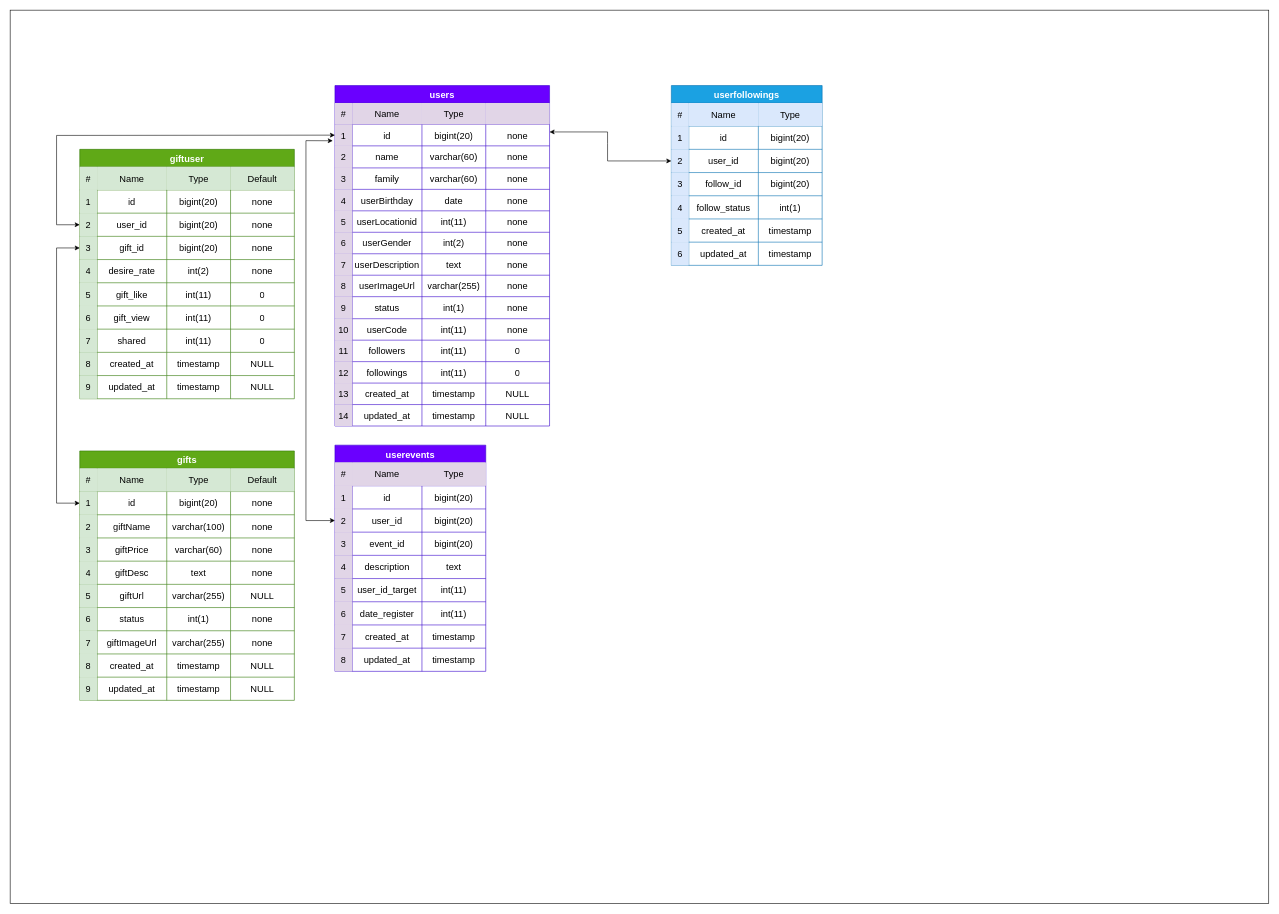
This is Untitled Diagram.drawio from Rezarezaeipour/wiishy-diagram, a draw.io file, before an edit. Source tidied: cells renumbered, new cells numbered last; positions are measured from the earlier drawing's top-left corner, leaving out a move shared by most shapes. Both pictures are drawn from the tidied source at 58%, with x=0, y=0 at pixel (10, 10).
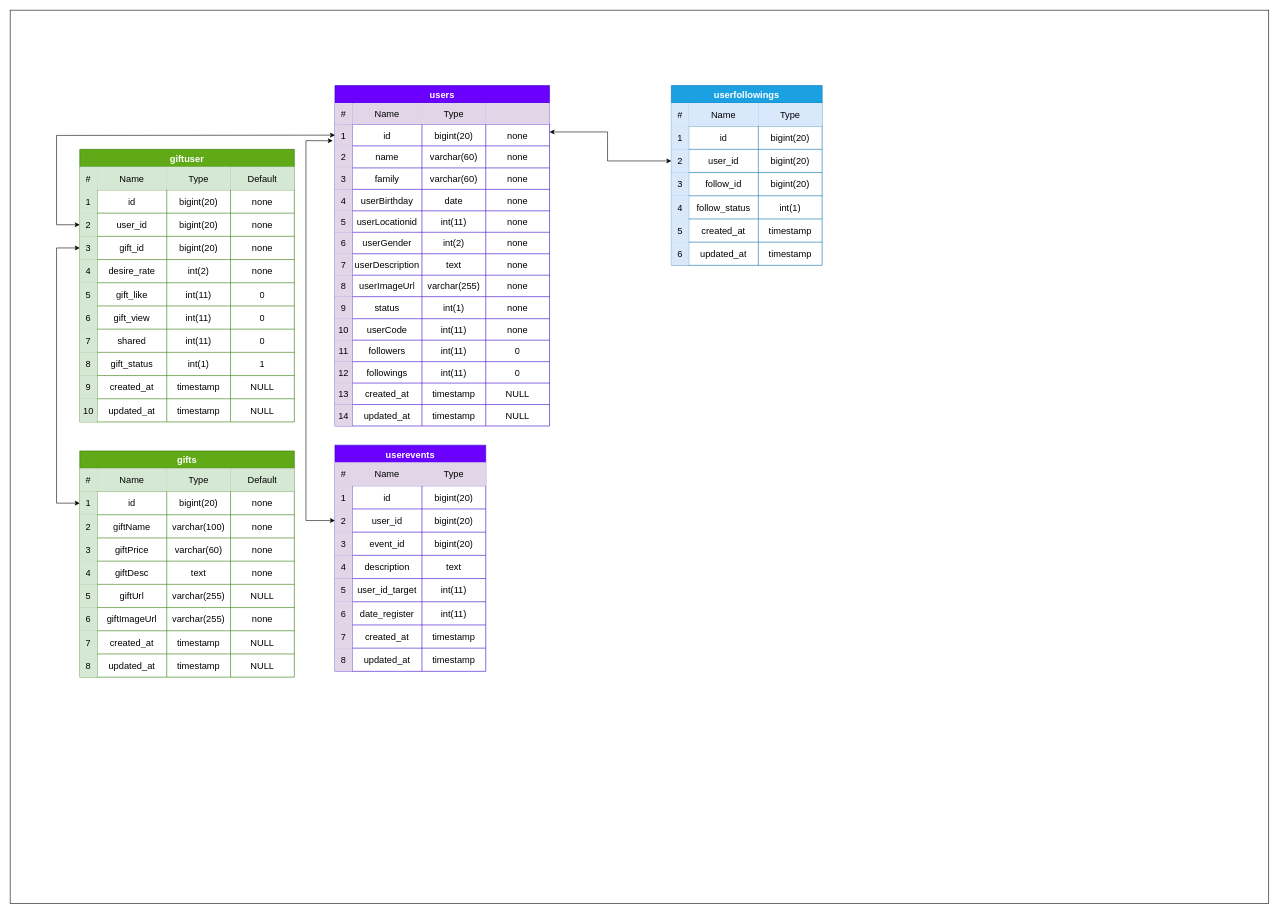
Above is the later version.

Commit message:
move status from gifts to giftuser

Diff of the diagram source:
```diff
@@
     <mxCell id="79" value="gifts" style="shape=table;startSize=30;childLayout=tableLayout;strokeColor=#2D7600;fontSize=16;fillColor=#60a917;fontColor=#ffffff;fontStyle=1;strokeWidth=1;labelBackgroundColor=none;" parent="1" vertex="1">
-      <mxGeometry x="120" y="760" width="370" height="430" as="geometry" />
+      <mxGeometry x="120" y="760" width="370" height="390" as="geometry" />
     </mxCell>
@@
-    <mxCell id="110" style="shape=tableRow;horizontal=0;startSize=0;swimlaneHead=0;swimlaneBody=0;strokeColor=inherit;top=0;left=0;bottom=0;right=0;fillColor=none;fontSize=16;fontStyle=0;fontColor=default;labelBackgroundColor=none;" parent="79" vertex="1">
-      <mxGeometry y="270" width="370" height="40" as="geometry" />
-    </mxCell>
-    <mxCell id="111" value="6" style="shape=partialRectangle;html=1;whiteSpace=wrap;strokeColor=#82b366;overflow=hidden;fillColor=#d5e8d4;top=0;left=0;bottom=0;right=0;fontSize=16;fontStyle=0;fontColor=default;labelBackgroundColor=none;" parent="110" vertex="1">
-      <mxGeometry width="30" height="40" as="geometry" />
-    </mxCell>
-    <mxCell id="112" value="status" style="shape=partialRectangle;html=1;whiteSpace=wrap;strokeColor=inherit;overflow=hidden;fillColor=none;top=0;left=0;bottom=0;right=0;fontSize=16;fontStyle=0;fontColor=default;labelBackgroundColor=none;" parent="110" vertex="1">
-      <mxGeometry x="30" width="120" height="40" as="geometry" />
-    </mxCell>
-    <mxCell id="113" value="int(1)" style="shape=partialRectangle;html=1;whiteSpace=wrap;strokeColor=inherit;overflow=hidden;fillColor=none;top=0;left=0;bottom=0;right=0;fontSize=16;fontStyle=0;fontColor=default;labelBackgroundColor=none;" parent="110" vertex="1">
-      <mxGeometry x="150" width="110" height="40" as="geometry" />
-    </mxCell>
-    <mxCell id="114" value="none" style="shape=partialRectangle;html=1;whiteSpace=wrap;strokeColor=inherit;overflow=hidden;fillColor=none;top=0;left=0;bottom=0;right=0;fontSize=16;fontStyle=0;fontColor=default;labelBackgroundColor=none;" parent="110" vertex="1">
-      <mxGeometry x="260" width="110" height="40" as="geometry" />
-    </mxCell>
     <mxCell id="115" style="shape=tableRow;horizontal=0;startSize=0;swimlaneHead=0;swimlaneBody=0;strokeColor=inherit;top=0;left=0;bottom=0;right=0;fillColor=none;fontSize=16;fontStyle=0;fontColor=default;labelBackgroundColor=none;" parent="79" vertex="1">
-      <mxGeometry y="310" width="370" height="40" as="geometry" />
+      <mxGeometry y="270" width="370" height="40" as="geometry" />
     </mxCell>
-    <mxCell id="116" value="7" style="shape=partialRectangle;html=1;whiteSpace=wrap;strokeColor=#82b366;overflow=hidden;fillColor=#d5e8d4;top=0;left=0;bottom=0;right=0;fontSize=16;fontStyle=0;fontColor=default;labelBackgroundColor=none;" parent="115" vertex="1">
+    <mxCell id="116" value="6" style="shape=partialRectangle;html=1;whiteSpace=wrap;strokeColor=#82b366;overflow=hidden;fillColor=#d5e8d4;top=0;left=0;bottom=0;right=0;fontSize=16;fontStyle=0;fontColor=default;labelBackgroundColor=none;" parent="115" vertex="1">
       <mxGeometry width="30" height="40" as="geometry" />
     </mxCell>
@@
     <mxCell id="120" style="shape=tableRow;horizontal=0;startSize=0;swimlaneHead=0;swimlaneBody=0;strokeColor=inherit;top=0;left=0;bottom=0;right=0;fillColor=none;fontSize=16;fontStyle=0;fontColor=default;labelBackgroundColor=none;" parent="79" vertex="1">
-      <mxGeometry y="350" width="370" height="40" as="geometry" />
+      <mxGeometry y="310" width="370" height="40" as="geometry" />
     </mxCell>
-    <mxCell id="121" value="8" style="shape=partialRectangle;html=1;whiteSpace=wrap;strokeColor=#82b366;overflow=hidden;fillColor=#d5e8d4;top=0;left=0;bottom=0;right=0;fontSize=16;fontStyle=0;fontColor=default;labelBackgroundColor=none;" parent="120" vertex="1">
+    <mxCell id="121" value="7" style="shape=partialRectangle;html=1;whiteSpace=wrap;strokeColor=#82b366;overflow=hidden;fillColor=#d5e8d4;top=0;left=0;bottom=0;right=0;fontSize=16;fontStyle=0;fontColor=default;labelBackgroundColor=none;" parent="120" vertex="1">
       <mxGeometry width="30" height="40" as="geometry" />
     </mxCell>
@@
     <mxCell id="125" style="shape=tableRow;horizontal=0;startSize=0;swimlaneHead=0;swimlaneBody=0;strokeColor=inherit;top=0;left=0;bottom=0;right=0;fillColor=none;fontSize=16;fontStyle=0;fontColor=default;labelBackgroundColor=none;" parent="79" vertex="1">
-      <mxGeometry y="390" width="370" height="40" as="geometry" />
+      <mxGeometry y="350" width="370" height="40" as="geometry" />
     </mxCell>
-    <mxCell id="126" value="9" style="shape=partialRectangle;html=1;whiteSpace=wrap;strokeColor=#82b366;overflow=hidden;fillColor=#d5e8d4;top=0;left=0;bottom=0;right=0;fontSize=16;fontStyle=0;fontColor=default;labelBackgroundColor=none;" parent="125" vertex="1">
+    <mxCell id="126" value="8" style="shape=partialRectangle;html=1;whiteSpace=wrap;strokeColor=#82b366;overflow=hidden;fillColor=#d5e8d4;top=0;left=0;bottom=0;right=0;fontSize=16;fontStyle=0;fontColor=default;labelBackgroundColor=none;" parent="125" vertex="1">
       <mxGeometry width="30" height="40" as="geometry" />
     </mxCell>
@@
     <mxCell id="130" value="giftuser" style="shape=table;startSize=30;childLayout=tableLayout;strokeColor=#2D7600;fontSize=16;fillColor=#60a917;fontStyle=1;fontColor=#ffffff;" parent="1" vertex="1">
-      <mxGeometry x="120" y="240" width="370" height="430" as="geometry" />
+      <mxGeometry x="120" y="240" width="370" height="470" as="geometry" />
     </mxCell>
@@
+    <mxCell id="251" style="shape=tableRow;horizontal=0;startSize=0;swimlaneHead=0;swimlaneBody=0;strokeColor=inherit;top=0;left=0;bottom=0;right=0;fillColor=none;fontSize=16;" parent="130" vertex="1">
+      <mxGeometry y="350" width="370" height="40" as="geometry" />
+    </mxCell>
+    <mxCell id="252" value="8" style="shape=partialRectangle;html=1;whiteSpace=wrap;strokeColor=#82b366;overflow=hidden;fillColor=#d5e8d4;top=0;left=0;bottom=0;right=0;fontSize=16;" parent="251" vertex="1">
+      <mxGeometry width="30" height="40" as="geometry" />
+    </mxCell>
+    <mxCell id="253" value="gift_status" style="shape=partialRectangle;html=1;whiteSpace=wrap;strokeColor=inherit;overflow=hidden;fillColor=none;top=0;left=0;bottom=0;right=0;fontSize=16;" parent="251" vertex="1">
+      <mxGeometry x="30" width="120" height="40" as="geometry" />
+    </mxCell>
+    <mxCell id="113" value="int(1)" style="shape=partialRectangle;html=1;whiteSpace=wrap;strokeColor=inherit;overflow=hidden;fillColor=none;top=0;left=0;bottom=0;right=0;fontSize=16;" parent="251" vertex="1">
+      <mxGeometry x="150" width="110" height="40" as="geometry" />
+    </mxCell>
+    <mxCell id="254" value="1" style="shape=partialRectangle;html=1;whiteSpace=wrap;strokeColor=inherit;overflow=hidden;fillColor=none;top=0;left=0;bottom=0;right=0;fontSize=16;" parent="251" vertex="1">
+      <mxGeometry x="260" width="110" height="40" as="geometry" />
+    </mxCell>
     <mxCell id="171" style="shape=tableRow;horizontal=0;startSize=0;swimlaneHead=0;swimlaneBody=0;strokeColor=inherit;top=0;left=0;bottom=0;right=0;fillColor=none;fontSize=16;" parent="130" vertex="1">
-      <mxGeometry y="350" width="370" height="40" as="geometry" />
+      <mxGeometry y="390" width="370" height="40" as="geometry" />
     </mxCell>
-    <mxCell id="172" value="8" style="shape=partialRectangle;html=1;whiteSpace=wrap;strokeColor=#82b366;overflow=hidden;fillColor=#d5e8d4;top=0;left=0;bottom=0;right=0;fontSize=16;" parent="171" vertex="1">
+    <mxCell id="172" value="9" style="shape=partialRectangle;html=1;whiteSpace=wrap;strokeColor=#82b366;overflow=hidden;fillColor=#d5e8d4;top=0;left=0;bottom=0;right=0;fontSize=16;" parent="171" vertex="1">
       <mxGeometry width="30" height="40" as="geometry" />
     </mxCell>
@@
     <mxCell id="176" style="shape=tableRow;horizontal=0;startSize=0;swimlaneHead=0;swimlaneBody=0;strokeColor=inherit;top=0;left=0;bottom=0;right=0;fillColor=none;fontSize=16;" parent="130" vertex="1">
-      <mxGeometry y="390" width="370" height="40" as="geometry" />
+      <mxGeometry y="430" width="370" height="40" as="geometry" />
     </mxCell>
-    <mxCell id="177" value="9" style="shape=partialRectangle;html=1;whiteSpace=wrap;strokeColor=#82b366;overflow=hidden;fillColor=#d5e8d4;top=0;left=0;bottom=0;right=0;fontSize=16;" parent="176" vertex="1">
+    <mxCell id="177" value="10" style="shape=partialRectangle;html=1;whiteSpace=wrap;strokeColor=#82b366;overflow=hidden;fillColor=#d5e8d4;top=0;left=0;bottom=0;right=0;fontSize=16;" parent="176" vertex="1">
       <mxGeometry width="30" height="40" as="geometry" />
     </mxCell>
```
